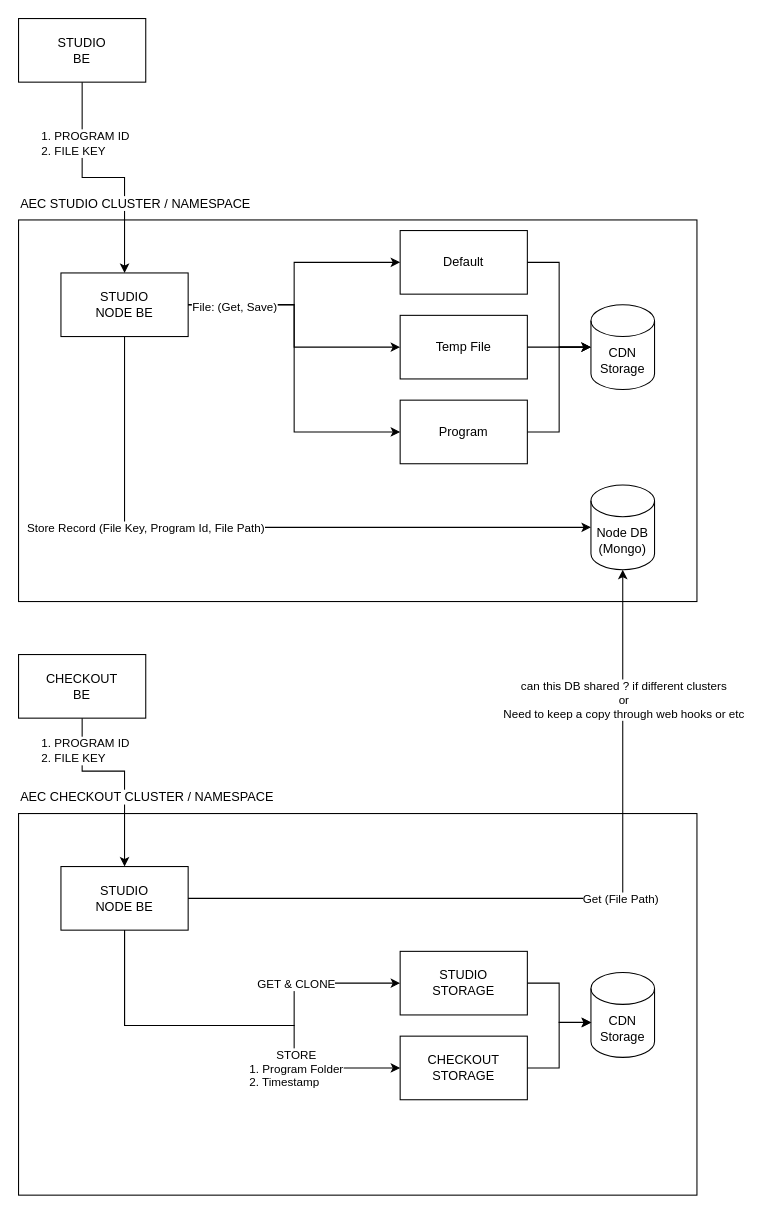
This is Studio-node-hld.drawio from ssharifdev/draw.io, a draw.io file, before an edit. Source tidied: cells renumbered, new cells numbered last; positions are measured from the earlier drawing's top-left corner, leaving out a move shared by most shapes. Both pictures are drawn from the tidied source at 106%, with x=0, y=0 at pixel (18, 18).
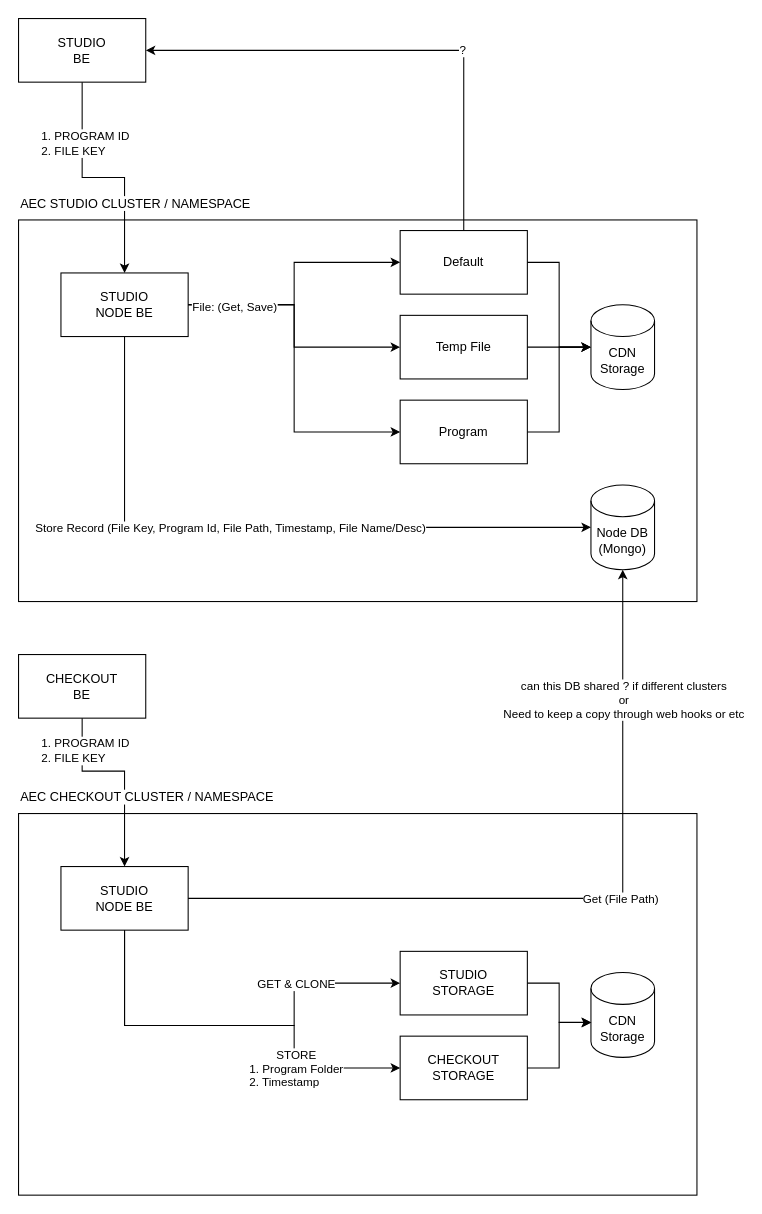
The same page after the edit.

Unchanged cells that the change refers to:
```xml
<mxCell id="6" value="STUDIO&lt;br&gt;BE" style="rounded=0;whiteSpace=wrap;html=1;fillColor=none;" parent="1" vertex="1">
  <mxGeometry width="120" height="60" as="geometry" />
</mxCell>
<mxCell id="14" value="Default" style="rounded=0;whiteSpace=wrap;html=1;fillColor=none;" parent="1" vertex="1">
  <mxGeometry x="360" y="200" width="120" height="60" as="geometry" />
</mxCell>
<mxCell id="18" style="edgeStyle=orthogonalEdgeStyle;rounded=0;jettySize=auto;html=1;entryX=0;entryY=0.5;entryDx=0;entryDy=0;entryPerimeter=0;" parent="1" edge="1" source="11" target="12">
  <mxGeometry relative="1" as="geometry">
    <Array as="points">
      <mxPoint x="100" y="480" />
    </Array>
  </mxGeometry>
</mxCell>
```

What changed in the source:
```diff
@@
+    <mxCell id="40" style="edgeStyle=orthogonalEdgeStyle;rounded=0;jettySize=auto;html=1;entryX=1;entryY=0.5;entryDx=0;entryDy=0;" parent="1" edge="1" source="14" target="6">
+      <mxGeometry relative="1" as="geometry">
+        <Array as="points">
+          <mxPoint x="420" y="30" />
+        </Array>
+      </mxGeometry>
+    </mxCell>
+    <mxCell id="41" value="?" style="edgeLabel;html=1;align=center;verticalAlign=middle;" parent="40" vertex="1">
+      <mxGeometry x="-0.27" y="-1" relative="1" as="geometry" />
+    </mxCell>
@@
-    <mxCell id="19" value="Store Record (File Key, Program Id, File Path)" style="edgeLabel;html=1;align=center;verticalAlign=middle;" parent="18" vertex="1">
+    <mxCell id="19" value="Store Record (File Key, Program Id, File Path, Timestamp, File Name/Desc)" style="edgeLabel;html=1;align=center;verticalAlign=middle;" parent="18" vertex="1">
       <mxGeometry x="-0.42" y="1" relative="1" as="geometry">
-        <mxPoint x="19" y="1" as="offset" />
+        <mxPoint x="99" y="1" as="offset" />
       </mxGeometry>
     </mxCell>
```
